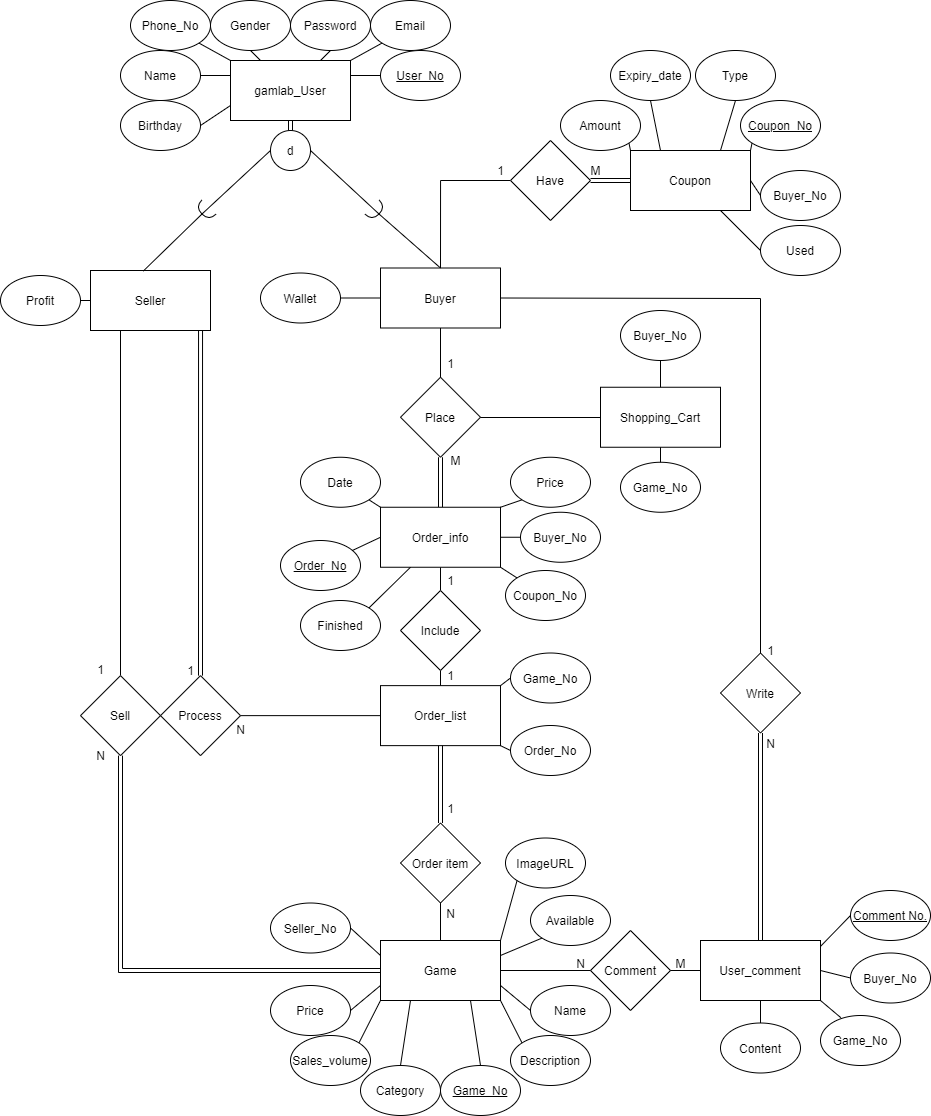
Above: DBMS-ER Diagram.png in 13urgerKing/109-1DBMS (draw.io), before the change. Source tidied: cells renumbered, new cells last; positions are measured from the earlier drawing's top-left corner, leaving out a move shared by most shapes.
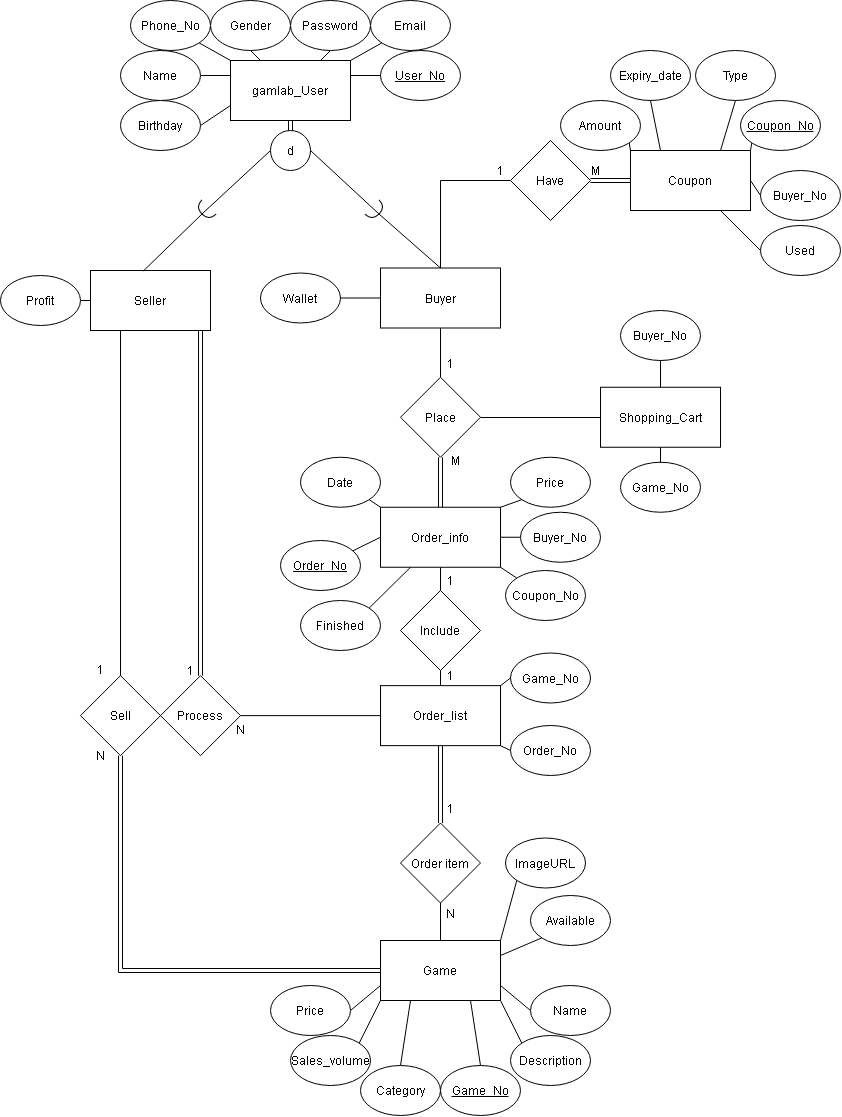
After the change.

Change to the diagram source:
```diff
@@ -131,12 +131,6 @@
     <mxCell id="44" value="Game_No" style="ellipse;whiteSpace=wrap;html=1;fontStyle=4;" parent="1" vertex="1">
       <mxGeometry x="440" y="1065" width="80" height="50" as="geometry" />
     </mxCell>
-    <mxCell id="45" value="Comment" style="rhombus;whiteSpace=wrap;html=1;" parent="1" vertex="1">
-      <mxGeometry x="590" y="930" width="80" height="80" as="geometry" />
-    </mxCell>
-    <mxCell id="46" style="edgeStyle=none;rounded=0;jettySize=auto;html=1;exitX=1;exitY=0.5;exitDx=0;exitDy=0;entryX=0;entryY=0.5;entryDx=0;entryDy=0;endArrow=none;endFill=0;" parent="1" edge="1" source="28" target="45">
-      <mxGeometry x="50" y="132.5" as="geometry" />
-    </mxCell>
     <mxCell id="47" style="edgeStyle=none;rounded=0;jettySize=auto;html=1;exitX=0.5;exitY=1;exitDx=0;exitDy=0;entryX=0;entryY=0.5;entryDx=0;entryDy=0;startArrow=none;startFill=0;endArrow=none;endFill=0;shape=link;" parent="1" edge="1" source="48" target="28">
       <mxGeometry y="132.5" as="geometry">
         <Array as="points">
@@ -192,55 +186,12 @@
     <mxCell id="63" value="Profit" style="ellipse;whiteSpace=wrap;html=1;" parent="1" vertex="1">
       <mxGeometry y="275" width="80" height="50" as="geometry" />
     </mxCell>
-    <mxCell id="64" value="User_comment" style="rounded=0;whiteSpace=wrap;html=1;" parent="1" vertex="1">
-      <mxGeometry x="700" y="940" width="120" height="60" as="geometry" />
-    </mxCell>
-    <mxCell id="65" style="edgeStyle=none;rounded=0;jettySize=auto;html=1;exitX=1;exitY=0.5;exitDx=0;exitDy=0;entryX=0;entryY=0.5;entryDx=0;entryDy=0;endArrow=none;endFill=0;" parent="1" edge="1" source="45" target="64">
-      <mxGeometry x="50" y="132.5" as="geometry" />
-    </mxCell>
-    <mxCell id="66" style="edgeStyle=none;rounded=0;jettySize=auto;html=1;exitX=0.5;exitY=1;exitDx=0;exitDy=0;entryX=0.5;entryY=0;entryDx=0;entryDy=0;endArrow=none;endFill=0;shape=link;" parent="1" edge="1" source="67" target="64">
-      <mxGeometry x="50" y="132.5" as="geometry" />
-    </mxCell>
-    <mxCell id="67" value="Write" style="rhombus;whiteSpace=wrap;html=1;" parent="1" vertex="1">
-      <mxGeometry x="720" y="652.5" width="80" height="80" as="geometry" />
-    </mxCell>
-    <mxCell id="68" style="edgeStyle=none;rounded=0;jettySize=auto;html=1;exitX=1;exitY=0.5;exitDx=0;exitDy=0;entryX=0.5;entryY=0;entryDx=0;entryDy=0;endArrow=none;endFill=0;" parent="1" edge="1" source="9" target="67">
-      <mxGeometry x="50" as="geometry">
-        <Array as="points">
-          <mxPoint x="760" y="298" />
-        </Array>
-      </mxGeometry>
-    </mxCell>
-    <mxCell id="69" style="edgeStyle=none;rounded=0;jettySize=auto;html=1;exitX=0.5;exitY=0;exitDx=0;exitDy=0;entryX=0.5;entryY=1;entryDx=0;entryDy=0;endArrow=none;endFill=0;" parent="1" edge="1" source="70" target="64">
-      <mxGeometry x="50" y="132.5" as="geometry" />
-    </mxCell>
-    <mxCell id="70" value="Content" style="ellipse;whiteSpace=wrap;html=1;" parent="1" vertex="1">
-      <mxGeometry x="720" y="1022.5" width="80" height="50" as="geometry" />
-    </mxCell>
-    <mxCell id="71" style="edgeStyle=none;rounded=0;orthogonalLoop=1;jettySize=auto;html=1;exitX=0;exitY=0.5;exitDx=0;exitDy=0;endArrow=none;endFill=0;" parent="1" edge="1" source="70" target="70">
-      <mxGeometry x="50" y="132.5" as="geometry" />
-    </mxCell>
     <mxCell id="72" style="rounded=0;jettySize=auto;html=1;exitX=0.5;exitY=1;exitDx=0;exitDy=0;entryX=0.75;entryY=0;entryDx=0;entryDy=0;endArrow=none;endFill=0;" parent="1" edge="1" source="73" target="2">
       <mxGeometry relative="1" as="geometry" />
     </mxCell>
     <mxCell id="73" value="Password" style="ellipse;whiteSpace=wrap;html=1;" parent="1" vertex="1">
       <mxGeometry x="290" width="80" height="50" as="geometry" />
     </mxCell>
-    <mxCell id="74" value="1" style="text;html=1;align=center;verticalAlign=middle;" parent="1" vertex="1">
-      <mxGeometry x="760" y="640" width="20" height="20" as="geometry" />
-    </mxCell>
-    <mxCell id="75" value="N" style="text;html=1;align=center;verticalAlign=middle;" parent="1" vertex="1">
-      <mxGeometry x="760" y="732.5" width="20" height="20" as="geometry" />
-    </mxCell>
-    <mxCell id="76" value="M" style="text;html=1;align=center;verticalAlign=middle;" parent="1" vertex="1">
-      <mxGeometry x="665" y="952.5" width="30" height="20" as="geometry" />
-    </mxCell>
-    <mxCell id="77" value="N" style="text;html=1;align=center;verticalAlign=middle;" parent="1" vertex="1">
-      <mxGeometry x="570" y="952.5" width="20" height="20" as="geometry" />
-    </mxCell>
-    <mxCell id="78" value="Comment No." style="ellipse;whiteSpace=wrap;html=1;fontStyle=4;" parent="1" vertex="1">
-      <mxGeometry x="850" y="890" width="80" height="50" as="geometry" />
-    </mxCell>
     <mxCell id="79" style="shape=requiredInterface;html=1;verticalLabelPosition=bottom;rotation=-225;" parent="1" vertex="1">
       <mxGeometry x="200" y="200" width="10" height="20" as="geometry" />
     </mxCell>
@@ -352,12 +303,6 @@
     <mxCell id="115" style="edgeStyle=none;rounded=0;jettySize=auto;html=1;exitX=0;exitY=0.5;exitDx=0;exitDy=0;entryX=0.75;entryY=1;entryDx=0;entryDy=0;endArrow=none;endFill=0;" parent="1" edge="1" source="114" target="84">
       <mxGeometry relative="1" as="geometry" />
     </mxCell>
-    <mxCell id="116" value="Seller_No" style="ellipse;whiteSpace=wrap;html=1;" parent="1" vertex="1">
-      <mxGeometry x="270" y="902.5" width="80" height="50" as="geometry" />
-    </mxCell>
-    <mxCell id="117" style="edgeStyle=none;rounded=0;jettySize=auto;html=1;exitX=0;exitY=0.25;exitDx=0;exitDy=0;entryX=1;entryY=0.5;entryDx=0;entryDy=0;endArrow=none;endFill=0;" parent="1" edge="1" source="28" target="116">
-      <mxGeometry x="60" y="142.5" as="geometry" />
-    </mxCell>
     <mxCell id="118" value="ImageURL" style="ellipse;whiteSpace=wrap;html=1;" parent="1" vertex="1">
       <mxGeometry x="505" y="837.5" width="80" height="50" as="geometry" />
     </mxCell>
@@ -391,21 +336,6 @@
     <mxCell id="127" style="edgeStyle=none;rounded=0;jettySize=auto;html=1;entryX=0.25;entryY=1;entryDx=0;entryDy=0;endArrow=none;endFill=0;exitX=1;exitY=0;exitDx=0;exitDy=0;" parent="1" edge="1" source="126" target="99">
       <mxGeometry relative="1" as="geometry" />
     </mxCell>
-    <mxCell id="128" value="Buyer_No" style="ellipse;whiteSpace=wrap;html=1;" parent="1" vertex="1">
-      <mxGeometry x="850" y="952.5" width="80" height="50" as="geometry" />
-    </mxCell>
-    <mxCell id="129" value="Game_No" style="ellipse;whiteSpace=wrap;html=1;" parent="1" vertex="1">
-      <mxGeometry x="820" y="1015" width="80" height="50" as="geometry" />
-    </mxCell>
-    <mxCell id="130" style="edgeStyle=none;rounded=0;jettySize=auto;html=1;exitX=0;exitY=0.5;exitDx=0;exitDy=0;entryX=1.003;entryY=0.092;entryDx=0;entryDy=0;endArrow=none;endFill=0;entryPerimeter=0;" parent="1" edge="1" source="78" target="64">
-      <mxGeometry x="60" y="142.5" as="geometry" />
-    </mxCell>
-    <mxCell id="131" style="edgeStyle=none;rounded=0;jettySize=auto;html=1;exitX=0;exitY=0.5;exitDx=0;exitDy=0;entryX=1;entryY=0.5;entryDx=0;entryDy=0;endArrow=none;endFill=0;" parent="1" edge="1" source="128" target="64">
-      <mxGeometry x="70" y="152.5" as="geometry" />
-    </mxCell>
-    <mxCell id="132" style="edgeStyle=none;rounded=0;jettySize=auto;html=1;exitX=0.254;exitY=0.043;exitDx=0;exitDy=0;entryX=1;entryY=1;entryDx=0;entryDy=0;endArrow=none;endFill=0;exitPerimeter=0;" parent="1" edge="1" source="129" target="64">
-      <mxGeometry x="80" y="162.5" as="geometry" />
-    </mxCell>
     <mxCell id="133" value="Game_No" style="ellipse;whiteSpace=wrap;html=1;" parent="1" vertex="1">
       <mxGeometry x="620" y="461.8" width="80" height="50" as="geometry" />
     </mxCell>
```
